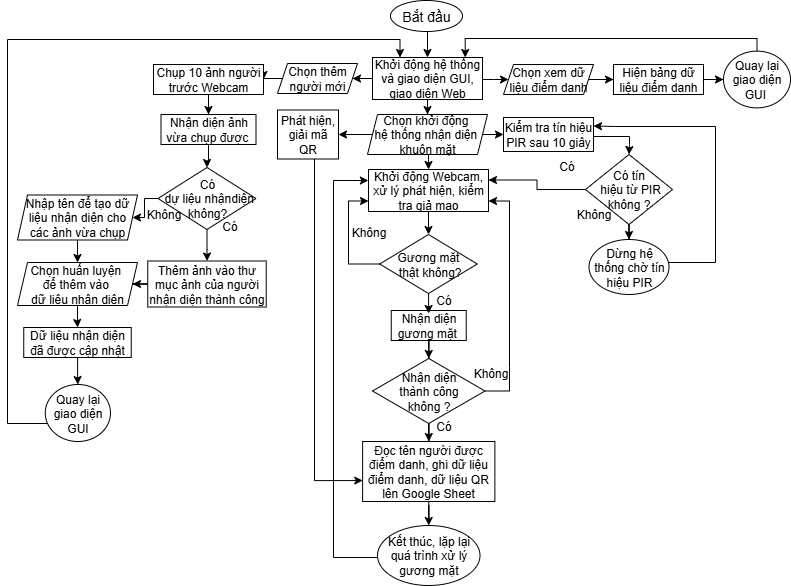
The draw.io diagram Luudothuattoan.png in linh0802/fas, before a commit. Source tidied: cells renumbered, new cells last; positions are measured from the earlier drawing's top-left corner, leaving out a move shared by most shapes.
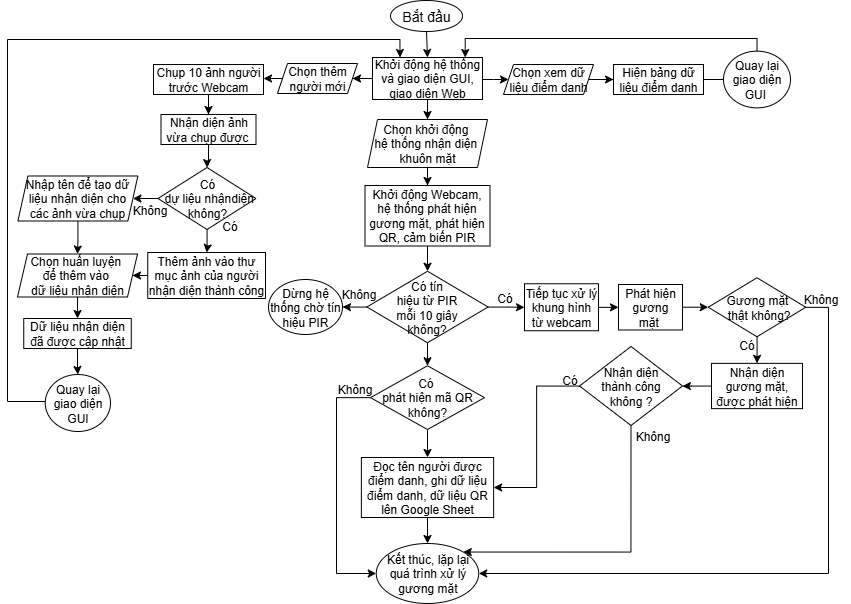
Above is the later version.

Commit message:
Cập nhật Luudothuattoan.png

Change to the diagram source:
```diff
@@ -25,134 +25,89 @@
     <mxCell id="7" value="&lt;font style=&quot;font-size: 14px;&quot;&gt;Bắt đầu&lt;/font&gt;" style="ellipse;whiteSpace=wrap;html=1;fontSize=13;labelBackgroundColor=none;" parent="1" vertex="1">
       <mxGeometry x="383" width="72" height="31" as="geometry" />
     </mxCell>
-    <mxCell id="8" style="edgeStyle=orthogonalEdgeStyle;rounded=0;jettySize=auto;html=1;labelBackgroundColor=none;fontColor=default;" parent="1" edge="1" source="11" target="15">
-      <mxGeometry relative="1" as="geometry">
-        <Array as="points">
-          <mxPoint x="496" y="139" />
-          <mxPoint x="496" y="139" />
-        </Array>
-      </mxGeometry>
-    </mxCell>
     <mxCell id="9" style="edgeStyle=orthogonalEdgeStyle;rounded=0;jettySize=auto;html=1;entryX=0.5;entryY=0;entryDx=0;entryDy=0;labelBackgroundColor=none;fontColor=default;" parent="1" edge="1" source="11" target="13">
-      <mxGeometry relative="1" as="geometry">
-        <Array as="points">
-          <mxPoint x="421" y="159" />
-          <mxPoint x="421" y="159" />
-        </Array>
-      </mxGeometry>
+      <mxGeometry relative="1" as="geometry" />
     </mxCell>
-    <mxCell id="10" style="edgeStyle=orthogonalEdgeStyle;rounded=0;jettySize=auto;html=1;entryX=1;entryY=0.5;entryDx=0;entryDy=0;labelBackgroundColor=none;fontColor=default;" parent="1" edge="1" source="11" target="61">
-      <mxGeometry relative="1" as="geometry" />
-    </mxCell>
     <mxCell id="11" value="Chọn khởi động&amp;nbsp;&lt;div&gt;hệ thống nhận diện&amp;nbsp;&lt;div&gt;khuôn mặt&lt;/div&gt;&lt;/div&gt;" style="shape=parallelogram;perimeter=parallelogramPerimeter;whiteSpace=wrap;html=1;fixedSize=1;size=10;labelBackgroundColor=none;" parent="1" vertex="1">
-      <mxGeometry x="360" y="114" width="120" height="40" as="geometry" />
+      <mxGeometry x="360" y="119" width="120" height="48" as="geometry" />
     </mxCell>
-    <mxCell id="12" style="edgeStyle=orthogonalEdgeStyle;rounded=0;jettySize=auto;html=1;entryX=0.5;entryY=0;entryDx=0;entryDy=0;labelBackgroundColor=none;fontColor=default;" parent="1" edge="1" source="13" target="23">
-      <mxGeometry relative="1" as="geometry" />
-    </mxCell>
+    <mxCell id="68" style="edgeStyle=orthogonalEdgeStyle;rounded=0;jettySize=auto;html=1;" parent="1" edge="1" source="13" target="18">
+      <mxGeometry relative="1" as="geometry" />
+    </mxCell>
-    <mxCell id="13" value="Khởi động Webcam, xử lý phát hiện, kiểm tra giả mạo" style="whiteSpace=wrap;html=1;labelBackgroundColor=none;" parent="1" vertex="1">
-      <mxGeometry x="361" y="169" width="120" height="42" as="geometry" />
+    <mxCell id="13" value="Khởi động Webcam, hệ thống phát hiện gương mặt, phát hiện QR, cảm biến PIR" style="whiteSpace=wrap;html=1;labelBackgroundColor=none;" parent="1" vertex="1">
+      <mxGeometry x="357.5" y="185" width="125" height="60.5" as="geometry" />
     </mxCell>
-    <mxCell id="14" style="edgeStyle=orthogonalEdgeStyle;rounded=0;jettySize=auto;html=1;entryX=0.5;entryY=0;entryDx=0;entryDy=0;labelBackgroundColor=none;fontColor=default;" parent="1" edge="1" source="15" target="18">
-      <mxGeometry relative="1" as="geometry">
-        <Array as="points">
-          <mxPoint x="622" y="136" />
-          <mxPoint x="622" y="144" />
-        </Array>
-      </mxGeometry>
-    </mxCell>
-    <mxCell id="15" value="Kiểm tra tín hiệu PIR sau 10 giây" style="whiteSpace=wrap;html=1;labelBackgroundColor=none;" parent="1" vertex="1">
-      <mxGeometry x="496" y="117" width="90" height="34" as="geometry" />
-    </mxCell>
-    <mxCell id="16" style="edgeStyle=orthogonalEdgeStyle;rounded=0;jettySize=auto;html=1;labelBackgroundColor=none;fontColor=default;" parent="1" edge="1" source="18" target="36">
+    <mxCell id="16" style="edgeStyle=orthogonalEdgeStyle;rounded=0;jettySize=auto;html=1;" parent="1" edge="1" source="18" target="36">
       <mxGeometry relative="1" as="geometry" />
     </mxCell>
-    <mxCell id="17" style="edgeStyle=orthogonalEdgeStyle;rounded=0;jettySize=auto;html=1;entryX=1;entryY=0.25;entryDx=0;entryDy=0;labelBackgroundColor=none;fontColor=default;" parent="1" edge="1" source="18" target="13">
-      <mxGeometry relative="1" as="geometry" />
-    </mxCell>
+    <mxCell id="69" style="edgeStyle=orthogonalEdgeStyle;rounded=0;jettySize=auto;html=1;" parent="1" edge="1" source="18" target="75">
+      <mxGeometry relative="1" as="geometry" />
+    </mxCell>
+    <mxCell id="70" style="edgeStyle=orthogonalEdgeStyle;rounded=0;jettySize=auto;html=1;" parent="1" edge="1" source="18" target="77">
+      <mxGeometry relative="1" as="geometry" />
+    </mxCell>
-    <mxCell id="18" value="Có tín&lt;div&gt;&amp;nbsp;hiệu từ PIR không ?&lt;/div&gt;" style="rhombus;whiteSpace=wrap;html=1;labelBackgroundColor=none;" parent="1" vertex="1">
-      <mxGeometry x="578" y="154" width="87" height="70" as="geometry" />
+    <mxCell id="18" value="Có tín&lt;div&gt;&amp;nbsp;hiệu từ PIR&amp;nbsp;&lt;/div&gt;&lt;div&gt;mỗi 10 giây&lt;/div&gt;&lt;div&gt;không?&lt;/div&gt;" style="rhombus;whiteSpace=wrap;html=1;labelBackgroundColor=none;" parent="1" vertex="1">
+      <mxGeometry x="359.4" y="270.8" width="121.2" height="71.5" as="geometry" />
     </mxCell>
     <mxCell id="19" value="Có" style="text;html=1;align=center;verticalAlign=middle;strokeColor=none;fillColor=none;labelBackgroundColor=none;" parent="1" vertex="1">
-      <mxGeometry x="539" y="151" width="40" height="30" as="geometry" />
+      <mxGeometry x="477" y="283.2" width="40" height="30" as="geometry" />
     </mxCell>
-    <mxCell id="20" style="edgeStyle=orthogonalEdgeStyle;rounded=0;jettySize=auto;html=1;entryX=0.5;entryY=0;entryDx=0;entryDy=0;labelBackgroundColor=none;fontColor=default;" parent="1" edge="1" source="21" target="26">
+    <mxCell id="20" style="edgeStyle=orthogonalEdgeStyle;rounded=0;jettySize=auto;html=1;" parent="1" edge="1" source="21" target="26">
       <mxGeometry relative="1" as="geometry" />
     </mxCell>
-    <mxCell id="21" value="Nhận diện gương mặt&amp;nbsp;" style="whiteSpace=wrap;html=1;labelBackgroundColor=none;" parent="1" vertex="1">
-      <mxGeometry x="383.8" y="310" width="75" height="30" as="geometry" />
+    <mxCell id="21" value="Nhận diện gương mặt, được phát hiện" style="whiteSpace=wrap;html=1;labelBackgroundColor=none;" parent="1" vertex="1">
+      <mxGeometry x="704" y="362.9" width="91" height="45.2" as="geometry" />
     </mxCell>
-    <mxCell id="22" style="edgeStyle=orthogonalEdgeStyle;rounded=0;jettySize=auto;html=1;entryX=0;entryY=0.75;entryDx=0;entryDy=0;labelBackgroundColor=none;fontColor=default;" parent="1" edge="1" source="23" target="13">
-      <mxGeometry relative="1" as="geometry">
-        <Array as="points">
-          <mxPoint x="341" y="263" />
-          <mxPoint x="341" y="201" />
-        </Array>
-      </mxGeometry>
-    </mxCell>
+    <mxCell id="71" style="edgeStyle=orthogonalEdgeStyle;rounded=0;jettySize=auto;html=1;entryX=1;entryY=0.5;entryDx=0;entryDy=0;" parent="1" edge="1" source="23" target="34">
+      <mxGeometry relative="1" as="geometry">
+        <Array as="points">
+          <mxPoint x="821" y="307" />
+          <mxPoint x="821" y="573" />
+        </Array>
+      </mxGeometry>
+    </mxCell>
     <mxCell id="23" value="Gương mặt&lt;div&gt;&amp;nbsp;thật không?&lt;/div&gt;" style="rhombus;whiteSpace=wrap;html=1;labelBackgroundColor=none;" parent="1" vertex="1">
-      <mxGeometry x="372.2" y="234" width="97.5" height="59" as="geometry" />
+      <mxGeometry x="700.8" y="277.2" width="97.5" height="59" as="geometry" />
     </mxCell>
-    <mxCell id="24" style="edgeStyle=orthogonalEdgeStyle;rounded=0;jettySize=auto;html=1;labelBackgroundColor=none;fontColor=default;" parent="1" edge="1" source="26" target="30">
+    <mxCell id="24" style="edgeStyle=orthogonalEdgeStyle;rounded=0;jettySize=auto;html=1;entryX=1;entryY=0.5;entryDx=0;entryDy=0;" parent="1" edge="1" source="26" target="30">
       <mxGeometry relative="1" as="geometry" />
     </mxCell>
-    <mxCell id="25" style="edgeStyle=orthogonalEdgeStyle;rounded=0;jettySize=auto;html=1;exitX=1;exitY=0.5;exitDx=0;exitDy=0;entryX=1;entryY=0.75;entryDx=0;entryDy=0;labelBackgroundColor=none;fontColor=default;" parent="1" edge="1" source="26" target="13">
-      <mxGeometry relative="1" as="geometry">
-        <Array as="points">
-          <mxPoint x="502" y="367" />
-          <mxPoint x="502" y="201" />
-          <mxPoint x="489" y="201" />
-        </Array>
-      </mxGeometry>
-    </mxCell>
+    <mxCell id="72" style="edgeStyle=orthogonalEdgeStyle;rounded=0;jettySize=auto;html=1;entryX=1;entryY=0;entryDx=0;entryDy=0;exitX=0.5;exitY=1;exitDx=0;exitDy=0;" parent="1" edge="1" source="26" target="34">
+      <mxGeometry relative="1" as="geometry">
+        <Array as="points">
+          <mxPoint x="624" y="552" />
+        </Array>
+      </mxGeometry>
+    </mxCell>
     <mxCell id="26" value="Nhận diện&lt;div&gt;&amp;nbsp;thành công&amp;nbsp;&lt;/div&gt;&lt;div&gt;không ?&lt;/div&gt;" style="rhombus;whiteSpace=wrap;html=1;labelBackgroundColor=none;" parent="1" vertex="1">
-      <mxGeometry x="365" y="358" width="112.5" height="65" as="geometry" />
+      <mxGeometry x="572" y="346" width="103" height="79" as="geometry" />
     </mxCell>
     <mxCell id="27" value="Không" style="text;html=1;align=center;verticalAlign=middle;strokeColor=none;fillColor=none;labelBackgroundColor=none;" parent="1" vertex="1">
-      <mxGeometry x="453" y="358" width="60" height="30" as="geometry" />
+      <mxGeometry x="783" y="284" width="60" height="30" as="geometry" />
     </mxCell>
     <mxCell id="28" value="Không" style="text;html=1;align=center;verticalAlign=middle;strokeColor=none;fillColor=none;labelBackgroundColor=none;" parent="1" vertex="1">
-      <mxGeometry x="331" y="217" width="60" height="30" as="geometry" />
+      <mxGeometry x="615" y="421" width="60" height="30" as="geometry" />
     </mxCell>
     <mxCell id="29" style="edgeStyle=orthogonalEdgeStyle;rounded=0;jettySize=auto;html=1;labelBackgroundColor=none;fontColor=default;" parent="1" edge="1" source="30" target="34">
       <mxGeometry relative="1" as="geometry" />
     </mxCell>
     <mxCell id="30" value="Đọc tên người được điểm danh, ghi dữ liệu điểm danh, dữ liệu QR lên Google Sheet" style="whiteSpace=wrap;html=1;labelBackgroundColor=none;" parent="1" vertex="1">
-      <mxGeometry x="355.1" y="441" width="132.2" height="60" as="geometry" />
+      <mxGeometry x="353.9" y="457" width="132.2" height="60" as="geometry" />
     </mxCell>
     <mxCell id="31" value="Có" style="text;html=1;align=center;verticalAlign=middle;strokeColor=none;fillColor=none;labelBackgroundColor=none;" parent="1" vertex="1">
-      <mxGeometry x="416" y="411" width="40" height="30" as="geometry" />
+      <mxGeometry x="719" y="330.2" width="40" height="30" as="geometry" />
     </mxCell>
     <mxCell id="32" value="Có" style="text;html=1;align=center;verticalAlign=middle;strokeColor=none;fillColor=none;labelBackgroundColor=none;" parent="1" vertex="1">
-      <mxGeometry x="416" y="285" width="40" height="30" as="geometry" />
+      <mxGeometry x="542" y="365.2" width="40" height="30" as="geometry" />
     </mxCell>
-    <mxCell id="33" style="edgeStyle=orthogonalEdgeStyle;rounded=0;jettySize=auto;html=1;entryX=0;entryY=0.5;entryDx=0;entryDy=0;exitX=0;exitY=0.5;exitDx=0;exitDy=0;labelBackgroundColor=none;fontColor=default;" parent="1" edge="1" source="34">
-      <mxGeometry relative="1" as="geometry">
-        <mxPoint x="360.9" y="180" as="targetPoint" />
-        <Array as="points">
-          <mxPoint x="370" y="557" />
-          <mxPoint x="326" y="557" />
-          <mxPoint x="326" y="180" />
-        </Array>
-      </mxGeometry>
-    </mxCell>
     <mxCell id="34" value="Kết thúc, lặp lại quá trình xử lý gương mặt" style="ellipse;whiteSpace=wrap;html=1;labelBackgroundColor=none;" parent="1" vertex="1">
-      <mxGeometry x="370" y="525" width="102.5" height="60" as="geometry" />
+      <mxGeometry x="368.8" y="543" width="102.5" height="60" as="geometry" />
     </mxCell>
-    <mxCell id="35" style="edgeStyle=orthogonalEdgeStyle;rounded=0;jettySize=auto;html=1;entryX=1;entryY=0.25;entryDx=0;entryDy=0;labelBackgroundColor=none;fontColor=default;" parent="1" edge="1" source="36" target="15">
-      <mxGeometry relative="1" as="geometry">
-        <Array as="points">
-          <mxPoint x="708" y="262" />
-          <mxPoint x="708" y="126" />
-          <mxPoint x="607" y="126" />
-        </Array>
-      </mxGeometry>
-    </mxCell>
     <mxCell id="36" value="Dừng hệ thống chờ tín hiệu PIR" style="ellipse;whiteSpace=wrap;html=1;labelBackgroundColor=none;" parent="1" vertex="1">
-      <mxGeometry x="581.5" y="239" width="80" height="55" as="geometry" />
+      <mxGeometry x="261" y="279" width="74" height="55" as="geometry" />
     </mxCell>
     <mxCell id="37" value="Không" style="text;html=1;align=center;verticalAlign=middle;strokeColor=none;fillColor=none;labelBackgroundColor=none;" parent="1" vertex="1">
-      <mxGeometry x="556" y="199" width="60" height="30" as="geometry" />
+      <mxGeometry x="321" y="279" width="60" height="30" as="geometry" />
     </mxCell>
     <mxCell id="38" style="edgeStyle=orthogonalEdgeStyle;rounded=0;jettySize=auto;html=1;labelBackgroundColor=none;fontColor=default;" parent="1" edge="1" source="39" target="63">
       <mxGeometry relative="1" as="geometry" />
@@ -190,8 +145,8 @@
     <mxCell id="49" style="edgeStyle=orthogonalEdgeStyle;rounded=0;jettySize=auto;html=1;entryX=1;entryY=0.5;entryDx=0;entryDy=0;" parent="1" edge="1" source="50" target="54">
       <mxGeometry relative="1" as="geometry">
         <Array as="points">
-          <mxPoint x="137" y="198" />
-          <mxPoint x="137" y="217" />
+          <mxPoint x="132" y="198" />
+          <mxPoint x="132" y="198" />
         </Array>
       </mxGeometry>
     </mxCell>
@@ -202,42 +157,32 @@
       <mxGeometry relative="1" as="geometry" />
     </mxCell>
     <mxCell id="52" value="Thêm ảnh vào thư mục ảnh của người nhận diện thành công" style="whiteSpace=wrap;html=1;rounded=0;labelBackgroundColor=none;" parent="1" vertex="1">
-      <mxGeometry x="140.2" y="260.5" width="118.5" height="46" as="geometry" />
+      <mxGeometry x="140.2" y="252" width="117.8" height="46" as="geometry" />
     </mxCell>
     <mxCell id="53" style="edgeStyle=orthogonalEdgeStyle;rounded=0;jettySize=auto;html=1;labelBackgroundColor=none;fontColor=default;" parent="1" edge="1" source="54" target="58">
       <mxGeometry relative="1" as="geometry" />
     </mxCell>
     <mxCell id="54" value="Nhập tên để tạo dữ liệu nhận diện cho các ảnh vừa chụp" style="shape=parallelogram;perimeter=parallelogramPerimeter;whiteSpace=wrap;html=1;fixedSize=1;rounded=0;size=10;labelBackgroundColor=none;" parent="1" vertex="1">
-      <mxGeometry x="10" y="194.5" width="120" height="45" as="geometry" />
+      <mxGeometry x="10.4" y="175.5" width="120" height="45" as="geometry" />
     </mxCell>
     <mxCell id="55" style="edgeStyle=orthogonalEdgeStyle;rounded=0;jettySize=auto;html=1;labelBackgroundColor=none;fontColor=default;" parent="1" edge="1" source="56" target="66">
       <mxGeometry relative="1" as="geometry" />
     </mxCell>
     <mxCell id="56" value="Dữ liệu nhận diện đã được cập nhật" style="whiteSpace=wrap;html=1;rounded=0;labelBackgroundColor=none;" parent="1" vertex="1">
-      <mxGeometry x="16.2" y="327" width="107.5" height="30" as="geometry" />
+      <mxGeometry x="16.2" y="318" width="107.5" height="30" as="geometry" />
     </mxCell>
     <mxCell id="57" style="edgeStyle=orthogonalEdgeStyle;rounded=0;jettySize=auto;html=1;labelBackgroundColor=none;fontColor=default;" parent="1" edge="1" source="58" target="56">
       <mxGeometry relative="1" as="geometry" />
     </mxCell>
     <mxCell id="58" value="Chọn huấn luyện&amp;nbsp;&lt;div&gt;để thêm vào&amp;nbsp;&lt;/div&gt;&lt;div&gt;dữ&amp;nbsp;&lt;span style=&quot;background-color: transparent; color: light-dark(rgb(0, 0, 0), rgb(255, 255, 255));&quot;&gt;liệu nhận diện&lt;/span&gt;&lt;/div&gt;" style="shape=parallelogram;perimeter=parallelogramPerimeter;whiteSpace=wrap;html=1;fixedSize=1;size=10;labelBackgroundColor=none;" parent="1" vertex="1">
-      <mxGeometry x="10" y="262" width="120" height="43" as="geometry" />
+      <mxGeometry x="10" y="253.5" width="120" height="43" as="geometry" />
     </mxCell>
     <mxCell id="59" value="Không" style="text;html=1;align=center;verticalAlign=middle;strokeColor=none;fillColor=none;labelBackgroundColor=none;" parent="1" vertex="1">
-      <mxGeometry x="126" y="199" width="60" height="30" as="geometry" />
+      <mxGeometry x="112" y="194.5" width="60" height="30" as="geometry" />
     </mxCell>
     <mxCell id="60" value="Có" style="text;html=1;align=center;verticalAlign=middle;strokeColor=none;fillColor=none;labelBackgroundColor=none;" parent="1" vertex="1">
       <mxGeometry x="202" y="211" width="40" height="30" as="geometry" />
     </mxCell>
-    <mxCell id="61" value="Phát hiện, giải mã QR" style="whiteSpace=wrap;html=1;labelBackgroundColor=none;" parent="1" vertex="1">
-      <mxGeometry x="270" y="109.5" width="61" height="49" as="geometry" />
-    </mxCell>
-    <mxCell id="62" style="edgeStyle=orthogonalEdgeStyle;rounded=0;jettySize=auto;html=1;entryX=0.001;entryY=0.651;entryDx=0;entryDy=0;entryPerimeter=0;labelBackgroundColor=none;fontColor=default;" parent="1" edge="1" source="61" target="30">
-      <mxGeometry relative="1" as="geometry">
-        <Array as="points">
-          <mxPoint x="307" y="480" />
-        </Array>
-      </mxGeometry>
-    </mxCell>
     <mxCell id="63" value="Quay lại giao diện GUI&amp;nbsp;" style="ellipse;whiteSpace=wrap;html=1;labelBackgroundColor=none;" parent="1" vertex="1">
       <mxGeometry x="716" y="50.6" width="67" height="56.8" as="geometry" />
     </mxCell>
@@ -252,17 +197,46 @@
     <mxCell id="65" style="edgeStyle=orthogonalEdgeStyle;rounded=0;jettySize=auto;html=1;entryX=0.25;entryY=0;entryDx=0;entryDy=0;labelBackgroundColor=none;fontColor=default;" parent="1" edge="1" source="66" target="5">
       <mxGeometry relative="1" as="geometry">
         <Array as="points">
-          <mxPoint y="423" />
+          <mxPoint y="401" />
           <mxPoint y="39" />
           <mxPoint x="393" y="39" />
         </Array>
       </mxGeometry>
     </mxCell>
     <mxCell id="66" value="Quay lại giao diện GUI" style="ellipse;whiteSpace=wrap;html=1;rounded=0;labelBackgroundColor=none;" parent="1" vertex="1">
-      <mxGeometry x="37.8" y="384" width="65.2" height="57" as="geometry" />
+      <mxGeometry x="37.8" y="374" width="65.2" height="57" as="geometry" />
     </mxCell>
-    <mxCell id="67" style="edgeStyle=orthogonalEdgeStyle;rounded=0;jettySize=auto;html=1;entryX=0.492;entryY=0.089;entryDx=0;entryDy=0;entryPerimeter=0;labelBackgroundColor=none;fontColor=default;" parent="1" edge="1" source="23" target="21">
+    <mxCell id="67" style="edgeStyle=orthogonalEdgeStyle;rounded=0;jettySize=auto;html=1;entryX=0.5;entryY=0;entryDx=0;entryDy=0;labelBackgroundColor=none;fontColor=default;" parent="1" edge="1" source="23" target="21">
       <mxGeometry relative="1" as="geometry" />
     </mxCell>
+    <mxCell id="73" style="edgeStyle=orthogonalEdgeStyle;rounded=0;jettySize=auto;html=1;entryX=0.5;entryY=0;entryDx=0;entryDy=0;" parent="1" edge="1" source="75" target="30">
+      <mxGeometry relative="1" as="geometry" />
+    </mxCell>
+    <mxCell id="74" style="edgeStyle=orthogonalEdgeStyle;rounded=0;jettySize=auto;html=1;entryX=0;entryY=0.5;entryDx=0;entryDy=0;" parent="1" edge="1" source="75" target="34">
+      <mxGeometry relative="1" as="geometry">
+        <Array as="points">
+          <mxPoint x="329" y="397" />
+          <mxPoint x="329" y="573" />
+        </Array>
+      </mxGeometry>
+    </mxCell>
+    <mxCell id="75" value="Có&amp;nbsp;&lt;div&gt;phát hiện&amp;nbsp;&lt;span style=&quot;background-color: transparent; color: light-dark(rgb(0, 0, 0), rgb(255, 255, 255));&quot;&gt;mã QR&lt;/span&gt;&lt;/div&gt;&lt;div&gt;&lt;span style=&quot;background-color: transparent; color: light-dark(rgb(0, 0, 0), rgb(255, 255, 255));&quot;&gt;không?&lt;/span&gt;&lt;/div&gt;" style="rhombus;whiteSpace=wrap;html=1;labelBackgroundColor=none;" parent="1" vertex="1">
+      <mxGeometry x="363" y="365.2" width="114" height="63.8" as="geometry" />
+    </mxCell>
+    <mxCell id="76" style="edgeStyle=orthogonalEdgeStyle;rounded=0;jettySize=auto;html=1;" parent="1" edge="1" source="77" target="79">
+      <mxGeometry relative="1" as="geometry" />
+    </mxCell>
+    <mxCell id="77" value="Tiếp tục xử lý khung hình từ webcam" style="whiteSpace=wrap;html=1;labelBackgroundColor=none;" parent="1" vertex="1">
+      <mxGeometry x="517" y="283.2" width="74" height="47" as="geometry" />
+    </mxCell>
+    <mxCell id="78" style="edgeStyle=orthogonalEdgeStyle;rounded=0;jettySize=auto;html=1;entryX=0;entryY=0.5;entryDx=0;entryDy=0;" parent="1" edge="1" source="79" target="23">
+      <mxGeometry relative="1" as="geometry" />
+    </mxCell>
+    <mxCell id="79" value="Phát hiện gương mặt&amp;nbsp;" style="whiteSpace=wrap;html=1;labelBackgroundColor=none;" parent="1" vertex="1">
+      <mxGeometry x="611" y="284" width="64" height="45.5" as="geometry" />
+    </mxCell>
+    <mxCell id="80" value="Không" style="text;html=1;align=center;verticalAlign=middle;strokeColor=none;fillColor=none;labelBackgroundColor=none;" parent="1" vertex="1">
+      <mxGeometry x="316.5" y="374" width="60" height="30" as="geometry" />
+    </mxCell>
   </root>
 </mxGraphModel>
```
